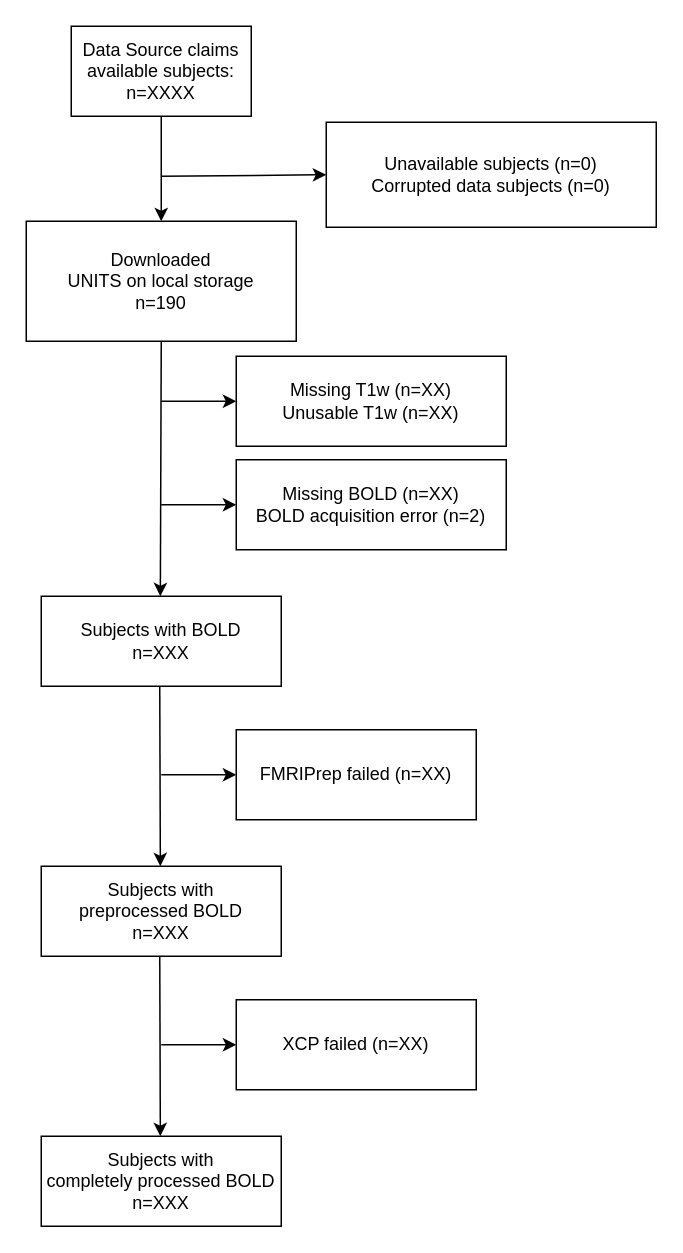
Before: PennLINC/CCNP_BIDS_Fix/participation.drawio in YumekaMengjiaLYU/RBC, a draw.io diagram. Source tidied: cells renumbered, new cells numbered last; positions are measured from the earlier drawing's top-left corner, leaving out a move shared by most shapes. Both pictures are drawn from the tidied source at 150%, with x=0, y=0 at pixel (26, 26).
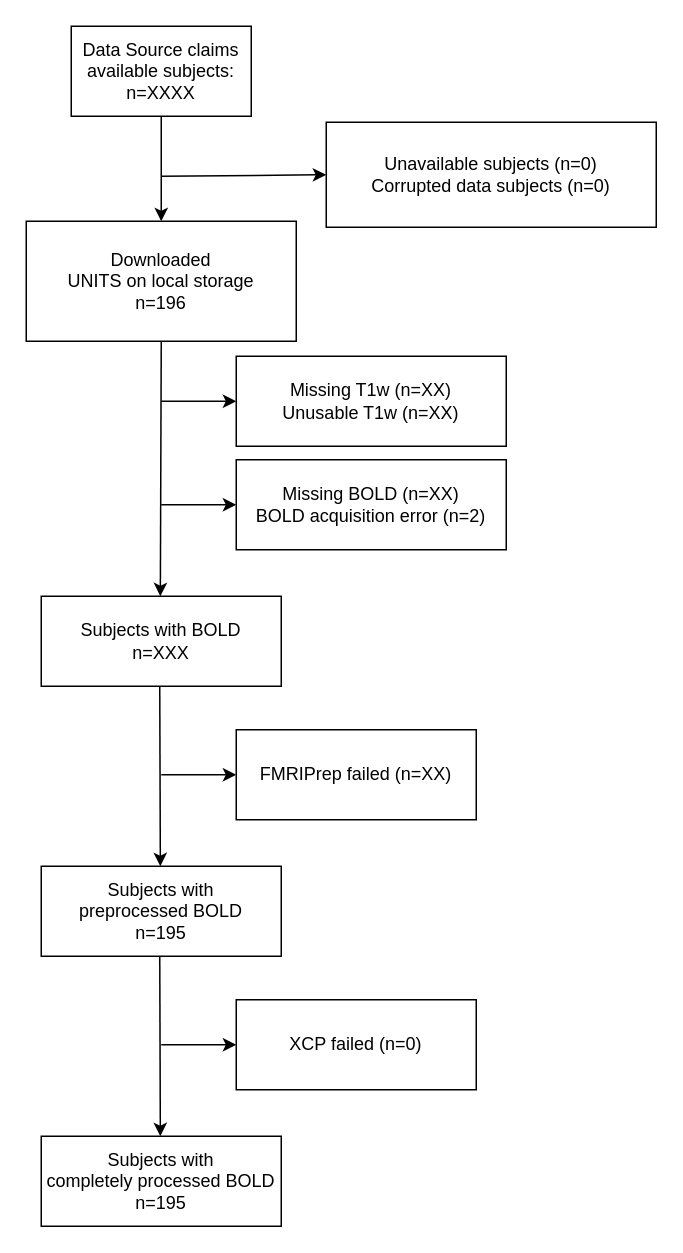
After the change.

Commit message:
added bold processing number

Diff of the diagram source:
```diff
@@
-    <mxCell id="3" value="&lt;div&gt;Downloaded&lt;/div&gt;&lt;div&gt;UNITS on local storage&lt;/div&gt;&lt;div&gt;n=190&lt;br&gt;&lt;/div&gt;" style="rounded=0;whiteSpace=wrap;html=1;" parent="1" vertex="1">
+    <mxCell id="3" value="&lt;div&gt;Downloaded&lt;/div&gt;&lt;div&gt;UNITS on local storage&lt;/div&gt;&lt;div&gt;n=196&lt;br&gt;&lt;/div&gt;" style="rounded=0;whiteSpace=wrap;html=1;" parent="1" vertex="1">
       <mxGeometry y="130" width="180" height="80" as="geometry" />
     </mxCell>
@@
-    <mxCell id="16" value="&lt;div&gt;Subjects with&lt;/div&gt;&lt;div&gt;preprocessed BOLD&lt;/div&gt;&lt;div&gt;n=XXX&lt;br&gt;&lt;/div&gt;" style="rounded=0;whiteSpace=wrap;html=1;" parent="1" vertex="1">
+    <mxCell id="16" value="&lt;div&gt;Subjects with&lt;/div&gt;&lt;div&gt;preprocessed BOLD&lt;/div&gt;&lt;div&gt;n=195&lt;br&gt;&lt;/div&gt;" style="rounded=0;whiteSpace=wrap;html=1;" parent="1" vertex="1">
       <mxGeometry x="10" y="560" width="160" height="60" as="geometry" />
     </mxCell>
@@
-    <mxCell id="19" value="XCP failed (n=XX)" style="rounded=0;whiteSpace=wrap;html=1;" parent="1" vertex="1">
+    <mxCell id="19" value="XCP failed (n=0)" style="rounded=0;whiteSpace=wrap;html=1;" parent="1" vertex="1">
       <mxGeometry x="140" y="649" width="160" height="60" as="geometry" />
     </mxCell>
-    <mxCell id="20" value="&lt;div&gt;Subjects with&lt;/div&gt;&lt;div&gt;completely processed BOLD&lt;/div&gt;&lt;div&gt;n=XXX&lt;br&gt;&lt;/div&gt;" style="rounded=0;whiteSpace=wrap;html=1;" parent="1" vertex="1">
+    <mxCell id="20" value="&lt;div&gt;Subjects with&lt;/div&gt;&lt;div&gt;completely processed BOLD&lt;/div&gt;&lt;div&gt;n=195&lt;br&gt;&lt;/div&gt;" style="rounded=0;whiteSpace=wrap;html=1;" parent="1" vertex="1">
       <mxGeometry x="10" y="740" width="160" height="60" as="geometry" />
     </mxCell>
```
